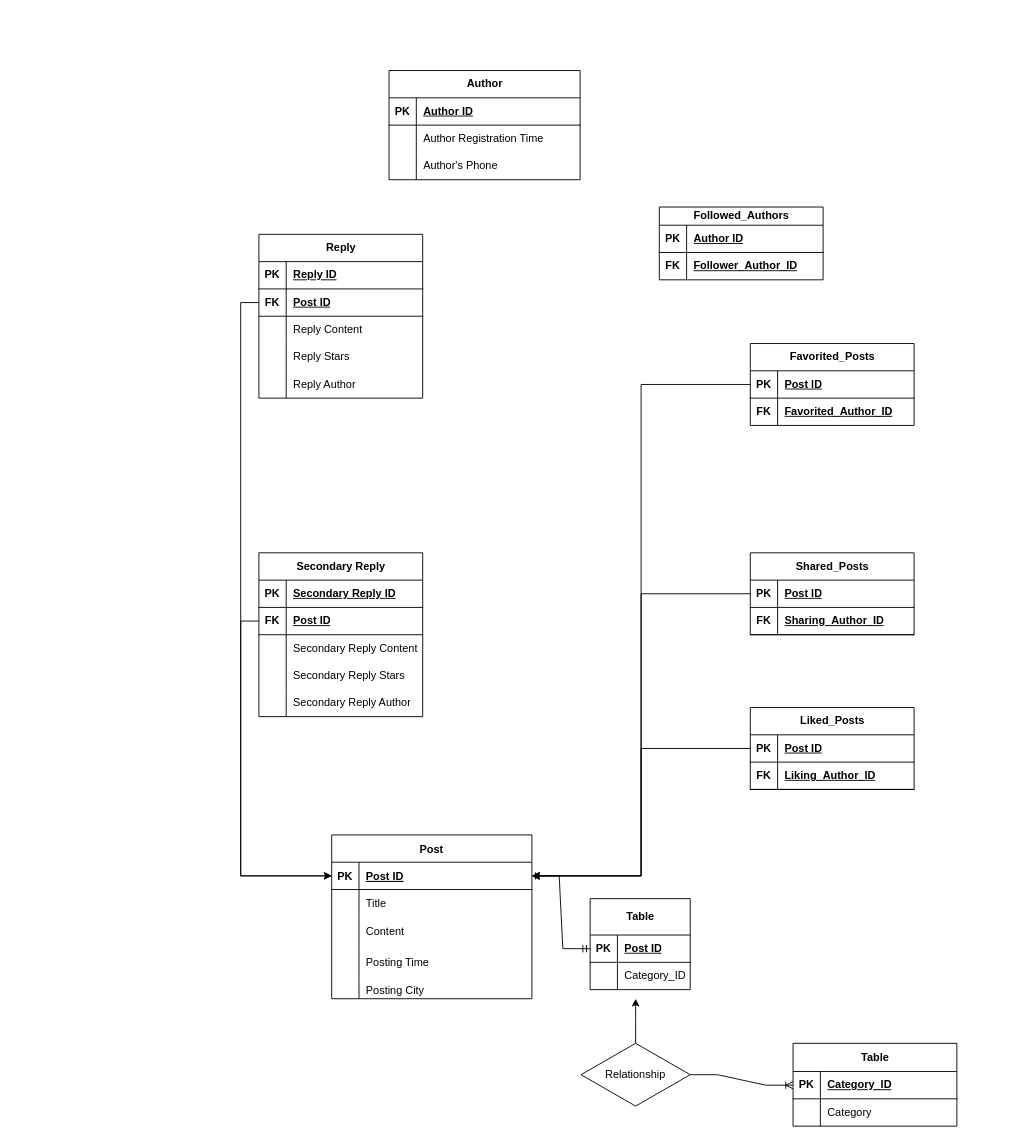
Earlier version of the draw.io diagram page "第 2 页" (2 of 2) of ER图.drawio (LN57421/CS307-DataBase). Source tidied: cells renumbered, new cells numbered last; positions are measured from the earlier drawing's top-left corner, leaving out a move shared by most shapes. Both pictures are drawn from the tidied source at 91%, with x=0, y=0 at pixel (258, 70).
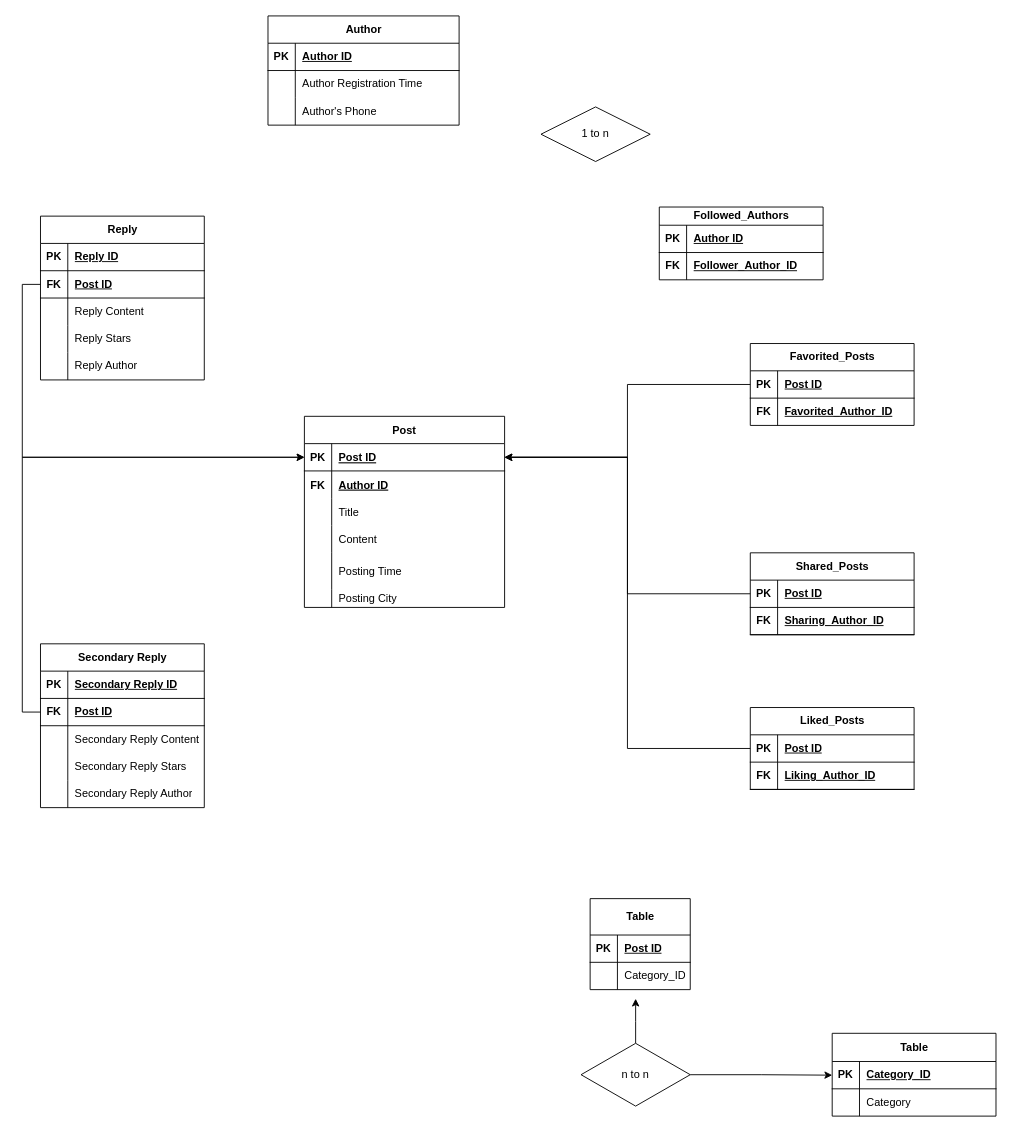
The same diagram, later.

The change refers to these unchanged cells:
```xml
<mxCell id="3" style="shape=partialRectangle;fillColor=none;points=[[0,0.5],[1,0.5]];portConstraint=eastwest;top=0;left=0;right=0;bottom=1;" parent="2" vertex="1">
  <mxGeometry y="30" width="220" height="30" as="geometry" />
</mxCell>
<mxCell id="6" style="shape=partialRectangle;fillColor=none;top=0;left=0;right=0;bottom=0;" parent="2" vertex="1">
  <mxGeometry y="60" width="220" height="30" as="geometry" />
</mxCell>
<mxCell id="94" style="shape=tableRow;horizontal=0;startSize=0;swimlaneHead=0;swimlaneBody=0;fillColor=none;points=[[0,0.5],[1,0.5]];portConstraint=eastwest;top=0;left=0;right=0;bottom=1;" parent="93" vertex="1">
  <mxGeometry y="31" width="180" height="30" as="geometry" />
</mxCell>
<mxCell id="104" style="shape=tableRow;horizontal=0;startSize=0;swimlaneHead=0;swimlaneBody=0;fillColor=none;points=[[0,0.5],[1,0.5]];portConstraint=eastwest;top=0;left=0;right=0;bottom=1;" parent="103" vertex="1">
  <mxGeometry y="40" width="110" height="30" as="geometry" />
</mxCell>
```

The edit, as a diff of the source:
```diff
@@
     <mxCell id="2" value="Post" style="shape=table;startSize=30;childLayout=tableLayout;rowLines=0;fontStyle=1;align=center;" parent="1" vertex="1">
-      <mxGeometry x="80" y="840" width="220" height="180" as="geometry" />
+      <mxGeometry x="50" y="380" width="220" height="210" as="geometry" />
     </mxCell>
@@
-    <mxCell id="7" style="shape=partialRectangle;overflow=hidden;fillColor=none;top=0;left=0;bottom=0;right=0;" parent="6" vertex="1">
+    <mxCell id="7" value="FK" style="shape=partialRectangle;overflow=hidden;fillColor=none;top=0;left=0;bottom=0;right=0;fontStyle=1;" parent="6" vertex="1">
       <mxGeometry width="30" height="30" as="geometry" />
     </mxCell>
-    <mxCell id="8" value="Title" style="shape=partialRectangle;overflow=hidden;fillColor=none;top=0;left=0;bottom=0;right=0;align=left;spacingLeft=6;" parent="6" vertex="1">
+    <mxCell id="8" value="Author ID" style="shape=partialRectangle;overflow=hidden;fillColor=none;top=0;left=0;bottom=0;right=0;align=left;spacingLeft=6;fontStyle=5;" parent="6" vertex="1">
       <mxGeometry x="30" width="190" height="30" as="geometry" />
     </mxCell>
+    <mxCell id="111" style="shape=partialRectangle;fillColor=none;top=0;left=0;right=0;bottom=0;" parent="2" vertex="1">
+      <mxGeometry y="90" width="220" height="30" as="geometry" />
+    </mxCell>
+    <mxCell id="112" style="shape=partialRectangle;overflow=hidden;fillColor=none;top=0;left=0;bottom=0;right=0;" parent="111" vertex="1">
+      <mxGeometry width="30" height="30" as="geometry" />
+    </mxCell>
+    <mxCell id="113" value="Title" style="shape=partialRectangle;overflow=hidden;fillColor=none;top=0;left=0;bottom=0;right=0;align=left;spacingLeft=6;" parent="111" vertex="1">
+      <mxGeometry x="30" width="190" height="30" as="geometry" />
+    </mxCell>
     <mxCell id="9" style="shape=partialRectangle;fillColor=none;top=0;left=0;right=0;bottom=0;" parent="2" vertex="1">
-      <mxGeometry y="90" width="220" height="30" as="geometry" />
+      <mxGeometry y="120" width="220" height="30" as="geometry" />
     </mxCell>
@@
     <mxCell id="12" style="shape=partialRectangle;fillColor=none;top=0;left=0;right=0;bottom=0;" parent="2" vertex="1">
-      <mxGeometry y="120" width="220" height="40" as="geometry" />
+      <mxGeometry y="150" width="220" height="40" as="geometry" />
     </mxCell>
@@
     <mxCell id="15" style="shape=partialRectangle;fillColor=none;top=0;left=0;right=0;bottom=0;" parent="2" vertex="1">
-      <mxGeometry y="160" width="220" height="20" as="geometry" />
+      <mxGeometry y="190" width="220" height="20" as="geometry" />
     </mxCell>
@@
     <mxCell id="18" value="Author" style="shape=table;startSize=30;childLayout=tableLayout;rowLines=0;fontStyle=1;align=center;html=1;" parent="1" vertex="1">
-      <mxGeometry x="143" width="210" height="120" as="geometry" />
+      <mxGeometry x="10" y="-60" width="210" height="120" as="geometry" />
     </mxCell>
@@
     <mxCell id="28" value="Reply" style="shape=table;startSize=30;childLayout=tableLayout;rowLines=0;fontStyle=1;align=center;html=1;" parent="1" vertex="1">
-      <mxGeometry y="180" width="180" height="180" as="geometry" />
+      <mxGeometry x="-240" y="160" width="180" height="180" as="geometry" />
     </mxCell>
@@
     <mxCell id="44" value="Secondary Reply" style="shape=table;startSize=30;childLayout=tableLayout;rowLines=0;fontStyle=1;align=center;html=1;" parent="1" vertex="1">
-      <mxGeometry y="530" width="180" height="180" as="geometry" />
+      <mxGeometry x="-240" y="630" width="180" height="180" as="geometry" />
     </mxCell>
@@
     <mxCell id="93" value="Table" style="shape=table;startSize=31;childLayout=tableLayout;rowLines=0;fontStyle=1;align=center;html=1;" parent="1" vertex="1">
-      <mxGeometry x="587" y="1069" width="180" height="91" as="geometry" />
+      <mxGeometry x="630" y="1058" width="180" height="91" as="geometry" />
     </mxCell>
@@
+    <mxCell id="102" style="edgeStyle=orthogonalEdgeStyle;rounded=0;jettySize=auto;html=1;exitX=1;exitY=0.5;exitDx=0;exitDy=0;entryX=0;entryY=0.5;entryDx=0;entryDy=0;" parent="1" edge="1" source="101" target="94">
+      <mxGeometry relative="1" as="geometry" />
+    </mxCell>
-    <mxCell id="101" value="Relationship" style="shape=rhombus;perimeter=rhombusPerimeter;whiteSpace=wrap;html=1;align=center;" parent="1" vertex="1">
+    <mxCell id="101" value="n to n" style="shape=rhombus;perimeter=rhombusPerimeter;whiteSpace=wrap;html=1;align=center;" parent="1" vertex="1">
       <mxGeometry x="354" y="1069" width="120" height="69" as="geometry" />
     </mxCell>
-    <mxCell id="102" style="edgeStyle=entityRelationEdgeStyle;fontSize=12;html=1;endArrow=ERoneToMany;rounded=0;exitX=1;exitY=0.5;exitDx=0;exitDy=0;entryX=0;entryY=0.5;entryDx=0;entryDy=0;" parent="1" edge="1" source="101" target="94">
-      <mxGeometry relative="1" as="geometry" />
-    </mxCell>
@@
-    <mxCell id="110" style="edgeStyle=entityRelationEdgeStyle;fontSize=12;html=1;endArrow=ERmandOne;startArrow=ERmandOne;rounded=0;entryX=0;entryY=0.5;entryDx=0;entryDy=0;exitX=1;exitY=0.5;exitDx=0;exitDy=0;" parent="1" edge="1" source="3" target="104">
-      <mxGeometry relative="1" as="geometry" />
-    </mxCell>
+    <mxCell id="114" value="1 to n" style="shape=rhombus;perimeter=rhombusPerimeter;whiteSpace=wrap;html=1;align=center;" parent="1" vertex="1">
+      <mxGeometry x="310" y="40" width="120" height="60" as="geometry" />
+    </mxCell>
```
